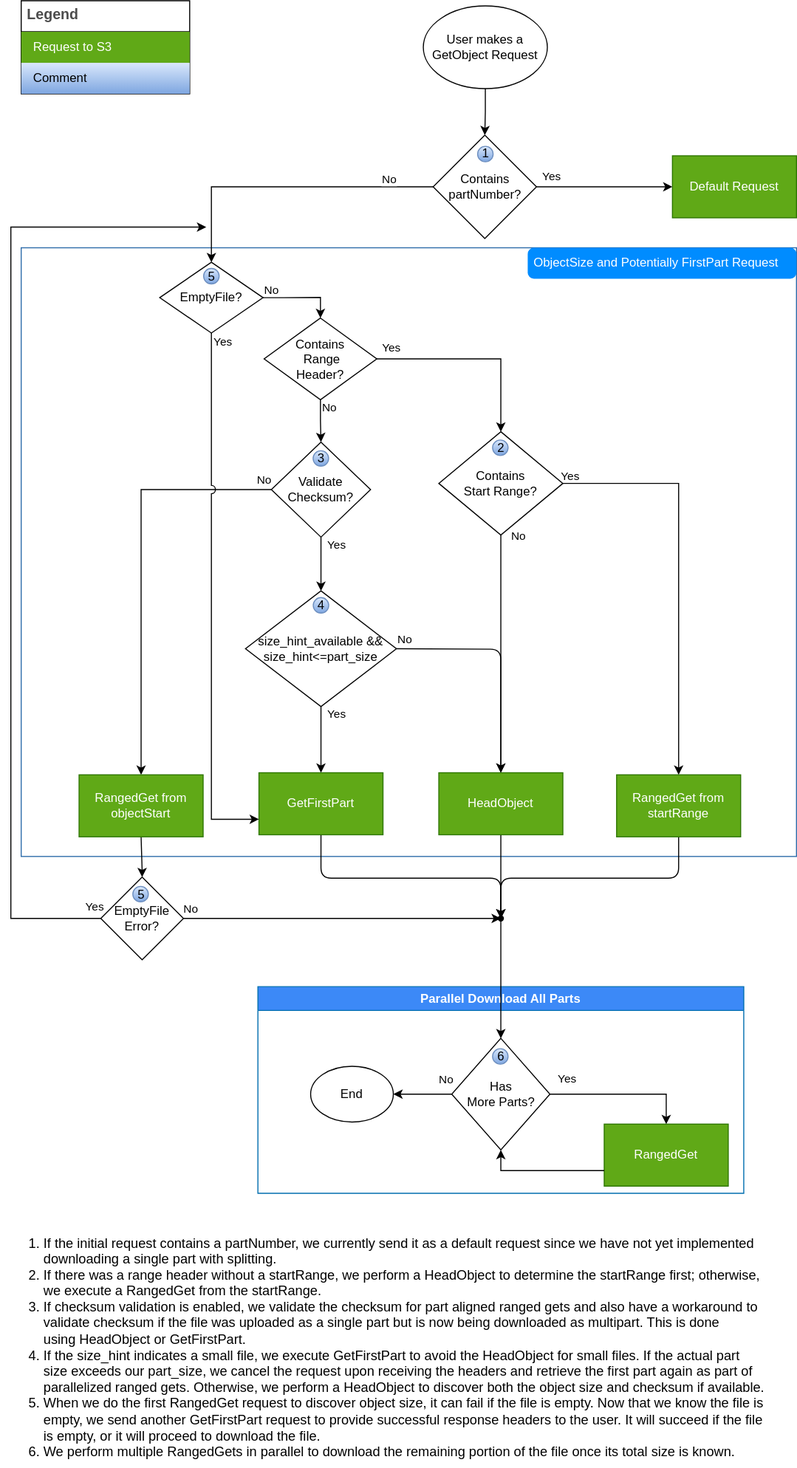
Earlier version of the draw.io export docs/images/GetObjectFlow.svg (awslabs/aws-c-s3). Source tidied: cells renumbered, new cells last; positions are measured from the earlier drawing's top-left corner, leaving out a move shared by most shapes.
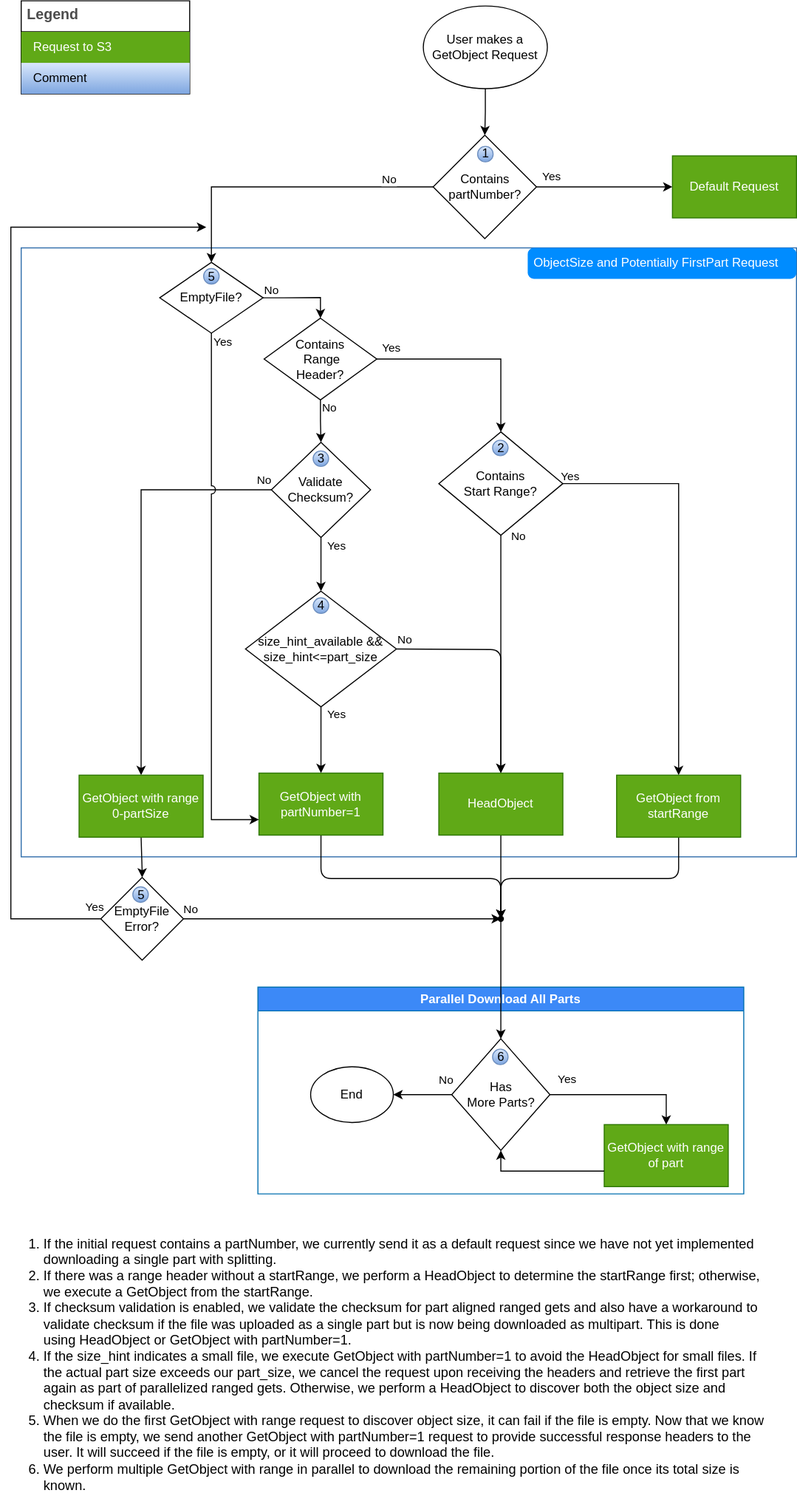
The same diagram one commit later.

What changed in the source:
```diff
@@ -94,7 +94,7 @@
         </Array>
       </mxGeometry>
     </mxCell>
-    <mxCell id="25" value="GetFirstPart" style="rounded=0;whiteSpace=wrap;html=1;fillColor=#60a917;fontColor=#ffffff;strokeColor=#2D7600;enumerate=0;enumerateValue=3;" parent="1" vertex="1">
+    <mxCell id="25" value="GetObject with partNumber=1" style="rounded=0;whiteSpace=wrap;html=1;fillColor=#60a917;fontColor=#ffffff;strokeColor=#2D7600;enumerate=0;enumerateValue=3;" parent="1" vertex="1">
       <mxGeometry x="250" y="747" width="120" height="60" as="geometry" />
     </mxCell>
     <mxCell id="26" style="edgeStyle=orthogonalEdgeStyle;rounded=1;jettySize=auto;html=1;exitX=1;exitY=0.5;exitDx=0;exitDy=0;entryX=0.35;entryY=0.7;entryDx=0;entryDy=0;entryPerimeter=0;" parent="1" edge="1" source="43" target="77">
@@ -122,7 +122,7 @@
     <mxCell id="32" value="6" style="shape=ellipse;fillColor=#dae8fc;strokeColor=#6c8ebf;html=1;sketch=0;gradientColor=#7ea6e0;" parent="31" vertex="1">
       <mxGeometry x="39.5" y="10" width="15" height="15" as="geometry" />
     </mxCell>
-    <mxCell id="33" value="RangedGet" style="rounded=0;whiteSpace=wrap;html=1;fillColor=#60a917;fontColor=#ffffff;strokeColor=#2D7600;enumerate=0;enumerateValue=6;" parent="29" vertex="1">
+    <mxCell id="33" value="GetObject with range of part" style="rounded=0;whiteSpace=wrap;html=1;fillColor=#60a917;fontColor=#ffffff;strokeColor=#2D7600;enumerate=0;enumerateValue=6;" parent="29" vertex="1">
       <mxGeometry x="335" y="133" width="120" height="60" as="geometry" />
     </mxCell>
     <mxCell id="34" style="edgeStyle=orthogonalEdgeStyle;rounded=0;jettySize=auto;html=1;entryX=0.5;entryY=1;entryDx=0;entryDy=0;exitX=0;exitY=0.75;exitDx=0;exitDy=0;" parent="29" edge="1" source="33" target="31">
@@ -139,8 +139,8 @@
     <mxCell id="37" value="End" style="ellipse;whiteSpace=wrap;html=1;" parent="29" vertex="1">
       <mxGeometry x="51" y="77" width="80" height="54" as="geometry" />
     </mxCell>
-    <mxCell id="38" value="&lt;ol style=&quot;font-size: 13px;&quot;&gt;&lt;li style=&quot;&quot;&gt;&lt;font style=&quot;font-size: 13px;&quot;&gt;If the initial request contains a partNumber, we currently send it as a default request since we have not yet implemented downloading a single part with splitting.&lt;/font&gt;&lt;/li&gt;&lt;li style=&quot;&quot;&gt;&lt;font style=&quot;font-size: 13px;&quot;&gt;If there was a range header without a startRange, we perform a&amp;nbsp;HeadObject&amp;nbsp;to determine the startRange first; otherwise, we execute a RangedGet from the startRange.&lt;/font&gt;&lt;/li&gt;&lt;li style=&quot;&quot;&gt;&lt;font style=&quot;font-size: 13px;&quot;&gt;If checksum validation is enabled, we validate the checksum for part aligned ranged gets and also have a workaround to validate checksum if the file was uploaded as a single part but is now being downloaded as multipart. This is done using&amp;nbsp;HeadObject&amp;nbsp;or GetFirstPart.&lt;br&gt;&lt;/font&gt;&lt;/li&gt;&lt;li style=&quot;&quot;&gt;&lt;font style=&quot;font-size: 13px;&quot;&gt;If the size_hint indicates a small file, we execute GetFirstPart to avoid the&amp;nbsp;HeadObject&amp;nbsp;for small files. If the actual part size exceeds our part_size, we cancel the request upon receiving the headers and retrieve the first part again as part of parallelized ranged gets. Otherwise, we perform a&amp;nbsp;HeadObject&amp;nbsp;to discover both the object size and checksum if available.&lt;/font&gt;&lt;/li&gt;&lt;li style=&quot;&quot;&gt;&lt;font style=&quot;font-size: 13px;&quot;&gt;When we do the first RangedGet request to discover object size, it can fail if the file is empty. Now that we know the file is empty, we send another GetFirstPart request to provide successful response headers to the user. It will succeed if the file is empty, or it will proceed to download the file.&lt;br&gt;&lt;/font&gt;&lt;/li&gt;&lt;li style=&quot;&quot;&gt;&lt;font style=&quot;font-size: 13px;&quot;&gt;We perform multiple RangedGets in parallel to download the remaining portion of the file once its total size is known.&lt;br&gt;&lt;/font&gt;&lt;/li&gt;&lt;/ol&gt;" style="text;strokeColor=none;fillColor=none;html=1;whiteSpace=wrap;verticalAlign=middle;overflow=hidden;align=left;labelPosition=center;verticalLabelPosition=middle;" parent="1" vertex="1">
-      <mxGeometry y="1179" width="740" height="240" as="geometry" />
+    <mxCell id="38" value="&lt;ol style=&quot;font-size: 13px;&quot;&gt;&lt;li style=&quot;&quot;&gt;&lt;font style=&quot;font-size: 13px;&quot;&gt;If the initial request contains a partNumber, we currently send it as a default request since we have not yet implemented downloading a single part with splitting.&lt;/font&gt;&lt;/li&gt;&lt;li style=&quot;&quot;&gt;&lt;font style=&quot;font-size: 13px;&quot;&gt;If there was a range header without a startRange, we perform a&amp;nbsp;HeadObject&amp;nbsp;to determine the startRange first; otherwise, we execute a GetObject from the startRange.&lt;/font&gt;&lt;/li&gt;&lt;li style=&quot;&quot;&gt;&lt;font style=&quot;font-size: 13px;&quot;&gt;If checksum validation is enabled, we validate the checksum for part aligned ranged gets and also have a workaround to validate checksum if the file was uploaded as a single part but is now being downloaded as multipart. This is done using&amp;nbsp;HeadObject&amp;nbsp;or GetObject with partNumber=1.&lt;br&gt;&lt;/font&gt;&lt;/li&gt;&lt;li style=&quot;&quot;&gt;&lt;font style=&quot;font-size: 13px;&quot;&gt;If the size_hint indicates a small file, we execute GetObject with partNumber=1 to avoid the&amp;nbsp;HeadObject&amp;nbsp;for small files. If the actual part size exceeds our part_size, we cancel the request upon receiving the headers and retrieve the first part again as part of parallelized ranged gets. Otherwise, we perform a&amp;nbsp;HeadObject&amp;nbsp;to discover both the object size and checksum if available.&lt;/font&gt;&lt;/li&gt;&lt;li style=&quot;&quot;&gt;&lt;font style=&quot;font-size: 13px;&quot;&gt;When we do the first GetObject with range request to discover object size, it can fail if the file is empty. Now that we know the file is empty, we send another GetObject with partNumber=1 request to provide successful response headers to the user. It will succeed if the file is empty, or it will proceed to download the file.&lt;br&gt;&lt;/font&gt;&lt;/li&gt;&lt;li style=&quot;&quot;&gt;&lt;font style=&quot;font-size: 13px;&quot;&gt;We perform multiple GetObject with range in parallel to download the remaining portion of the file once its total size is known.&lt;br&gt;&lt;/font&gt;&lt;/li&gt;&lt;/ol&gt;" style="text;strokeColor=none;fillColor=none;html=1;whiteSpace=wrap;verticalAlign=middle;overflow=hidden;align=left;labelPosition=center;verticalLabelPosition=middle;" parent="1" vertex="1">
+      <mxGeometry y="1179" width="740" height="280" as="geometry" />
     </mxCell>
     <mxCell id="39" style="group;rotation=90;" parent="1" vertex="1">
       <mxGeometry x="418.5" y="130" width="100" height="100" as="geometry" />
@@ -224,7 +224,7 @@
         <mxPoint x="10" y="-8" as="offset" />
       </mxGeometry>
     </mxCell>
-    <mxCell id="61" value="RangedGet from objectStart" style="rounded=0;whiteSpace=wrap;html=1;fillColor=#60a917;fontColor=#ffffff;strokeColor=#2D7600;enumerate=0;enumerateValue=2;" parent="1" vertex="1">
+    <mxCell id="61" value="GetObject with range 0-partSize" style="rounded=0;whiteSpace=wrap;html=1;fillColor=#60a917;fontColor=#ffffff;strokeColor=#2D7600;enumerate=0;enumerateValue=2;" parent="1" vertex="1">
       <mxGeometry x="76" y="749" width="120" height="60" as="geometry" />
     </mxCell>
     <mxCell id="62" value="Contains&lt;br&gt;&amp;nbsp;Range&lt;br&gt;Header?" style="rhombus;whiteSpace=wrap;html=1;" parent="1" vertex="1">
@@ -252,7 +252,7 @@
         </Array>
       </mxGeometry>
     </mxCell>
-    <mxCell id="68" value="RangedGet from startRange" style="rounded=0;whiteSpace=wrap;html=1;fillColor=#60a917;fontColor=#ffffff;strokeColor=#2D7600;enumerate=0;enumerateValue=5;" parent="1" vertex="1">
+    <mxCell id="68" value="GetObject from startRange" style="rounded=0;whiteSpace=wrap;html=1;fillColor=#60a917;fontColor=#ffffff;strokeColor=#2D7600;enumerate=0;enumerateValue=5;" parent="1" vertex="1">
       <mxGeometry x="596" y="749" width="120" height="60" as="geometry" />
     </mxCell>
     <mxCell id="69" value="size_hint_available &amp;amp;&amp;amp; &lt;br&gt;size_hint&amp;lt;=part_size" style="rhombus;whiteSpace=wrap;html=1;enumerate=0;enumerateValue=4;" parent="1" vertex="1">
```
